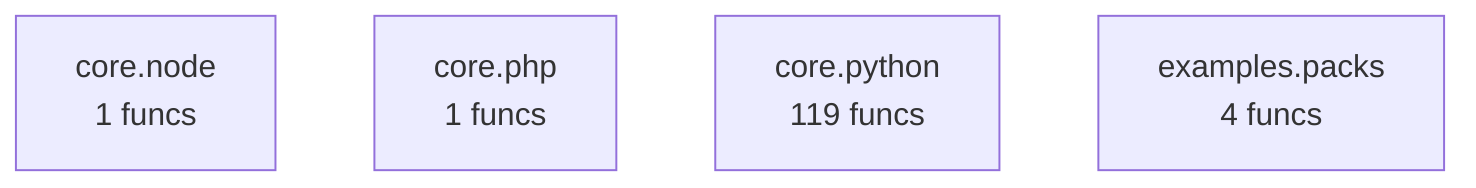
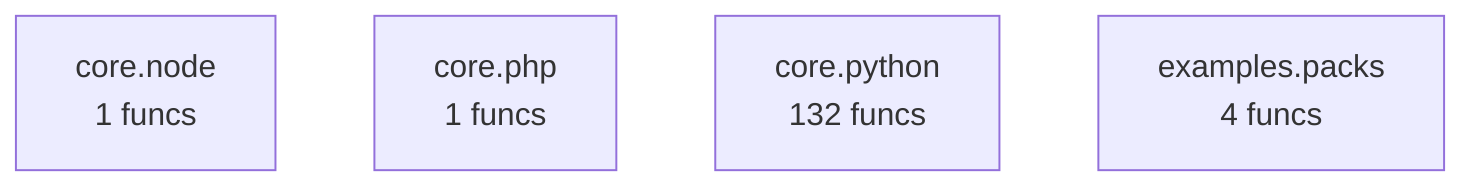
flowchart TD
%% generated in 0.00s
    core__node["core.node<br/>1 funcs"]
    core__php["core.php<br/>1 funcs"]
-     core__python["core.python<br/>119 funcs"]
+     core__python["core.python<br/>132 funcs"]
    examples__packs["examples.packs<br/>4 funcs"]
